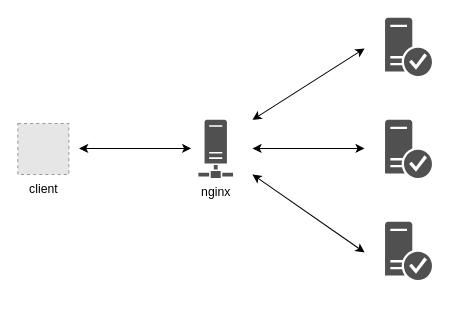
The draw.io diagram 未命名绘图.drawio in StephenHuge/draw-io, before the edit. Source tidied: cells renumbered, new cells numbered last; positions are measured from the earlier drawing's top-left corner, leaving out a move shared by most shapes. Both pictures are drawn from the tidied source at 102%, with x=0, y=0 at pixel (17, 17). Pictures stored in the file or linked from it are replaced by grey dashed boxes.
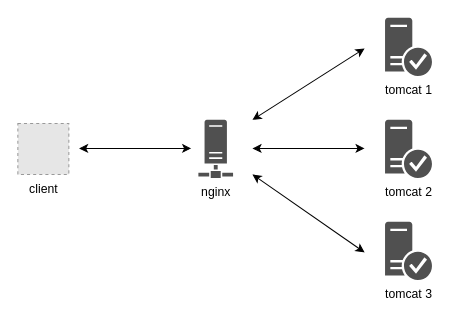
Above is the later version.

Commit message (it also covers changes not shown here):
更新未命名绘图.drawio

Change to the diagram source:
```diff
@@
 <mxGraphModel>
   <root>
     <mxCell id="0" />
     <mxCell id="1" parent="0" />
     <mxCell id="2" value="nginx" style="sketch=0;shadow=0;dashed=0;html=1;strokeColor=none;fillColor=#505050;labelPosition=center;verticalLabelPosition=bottom;verticalAlign=top;align=center;shape=mxgraph.office.servers.network;" parent="1" vertex="1">
       <mxGeometry x="177" y="100" width="34" height="57" as="geometry" />
     </mxCell>
-    <mxCell id="3" style="sketch=0;shadow=0;dashed=0;html=1;strokeColor=none;fillColor=#505050;labelPosition=center;verticalLabelPosition=bottom;verticalAlign=top;align=center;shape=mxgraph.office.security.trusted_application_server;" parent="1" vertex="1">
+    <mxCell id="3" value="tomcat 1" style="sketch=0;shadow=0;dashed=0;html=1;strokeColor=none;fillColor=#505050;labelPosition=center;verticalLabelPosition=bottom;verticalAlign=top;align=center;shape=mxgraph.office.security.trusted_application_server;" parent="1" vertex="1">
       <mxGeometry x="360" width="46" height="57" as="geometry" />
     </mxCell>
     <mxCell id="4" value="client" style="fillColor=#E6E6E6;strokeColor=#999999;dashed=1;html=1;verticalAlign=top;verticalLabelPosition=bottom;labelBackgroundColor=#ffffff;" parent="1" vertex="1">
       <mxGeometry y="103.5" width="50" height="50" as="geometry" />
     </mxCell>
-    <mxCell id="5" style="sketch=0;shadow=0;dashed=0;html=1;strokeColor=none;fillColor=#505050;labelPosition=center;verticalLabelPosition=bottom;verticalAlign=top;align=center;shape=mxgraph.office.security.trusted_application_server;" parent="1" vertex="1">
+    <mxCell id="5" value="tomcat 2" style="sketch=0;shadow=0;dashed=0;html=1;strokeColor=none;fillColor=#505050;labelPosition=center;verticalLabelPosition=bottom;verticalAlign=top;align=center;shape=mxgraph.office.security.trusted_application_server;" parent="1" vertex="1">
       <mxGeometry x="360" y="100" width="46" height="57" as="geometry" />
     </mxCell>
-    <mxCell id="6" style="sketch=0;shadow=0;dashed=0;html=1;strokeColor=none;fillColor=#505050;labelPosition=center;verticalLabelPosition=bottom;verticalAlign=top;align=center;shape=mxgraph.office.security.trusted_application_server;" parent="1" vertex="1">
+    <mxCell id="6" value="tomcat 3" style="sketch=0;shadow=0;dashed=0;html=1;strokeColor=none;fillColor=#505050;labelPosition=center;verticalLabelPosition=bottom;verticalAlign=top;align=center;shape=mxgraph.office.security.trusted_application_server;" parent="1" vertex="1">
       <mxGeometry x="360" y="200" width="46" height="57" as="geometry" />
     </mxCell>
     <mxCell id="7" style="endArrow=classic;startArrow=classic;html=1;rounded=0;" parent="1" edge="1">
       <mxGeometry relative="1" as="geometry">
         <mxPoint x="60" y="128" as="sourcePoint" />
         <mxPoint x="170" y="128" as="targetPoint" />
       </mxGeometry>
     </mxCell>
     <mxCell id="8" style="endArrow=classic;startArrow=classic;html=1;rounded=0;" parent="1" edge="1">
       <mxGeometry relative="1" as="geometry">
         <mxPoint x="230" y="128" as="sourcePoint" />
         <mxPoint x="340" y="128" as="targetPoint" />
       </mxGeometry>
     </mxCell>
     <mxCell id="9" style="endArrow=classic;startArrow=classic;html=1;rounded=0;" parent="1" edge="1">
       <mxGeometry relative="1" as="geometry">
         <mxPoint x="230" y="153.5" as="sourcePoint" />
         <mxPoint x="340" y="230" as="targetPoint" />
       </mxGeometry>
     </mxCell>
     <mxCell id="10" style="endArrow=classic;startArrow=classic;html=1;rounded=0;" parent="1" edge="1">
       <mxGeometry relative="1" as="geometry">
         <mxPoint x="230" y="100" as="sourcePoint" />
         <mxPoint x="340" y="30" as="targetPoint" />
       </mxGeometry>
     </mxCell>
   </root>
 </mxGraphModel>
```
